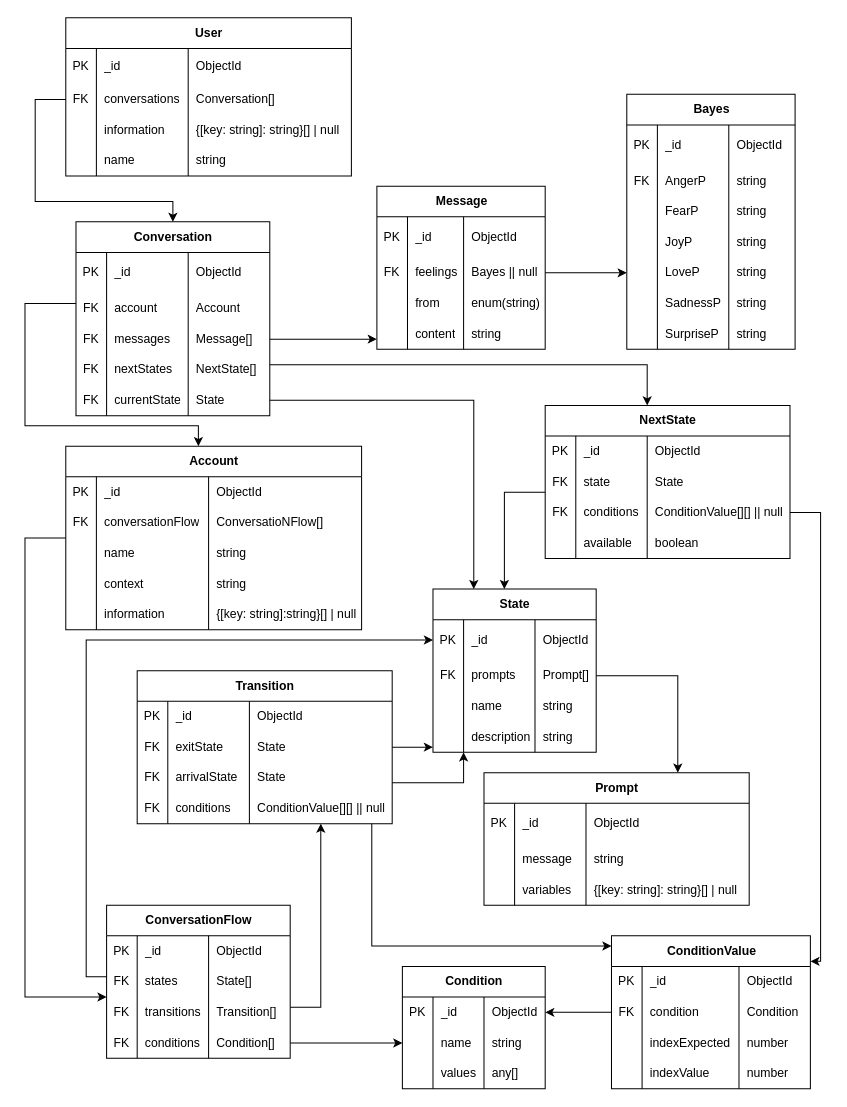
This is Documentation/ER.drawio from JesseAngeles/Servidor-ChatBot-inteligente, a draw.io file, before an edit. Source tidied: cells renumbered, new cells numbered last; positions are measured from the earlier drawing's top-left corner, leaving out a move shared by most shapes. Both pictures are drawn from the tidied source at 102%, with x=0, y=0 at pixel (24, 17).
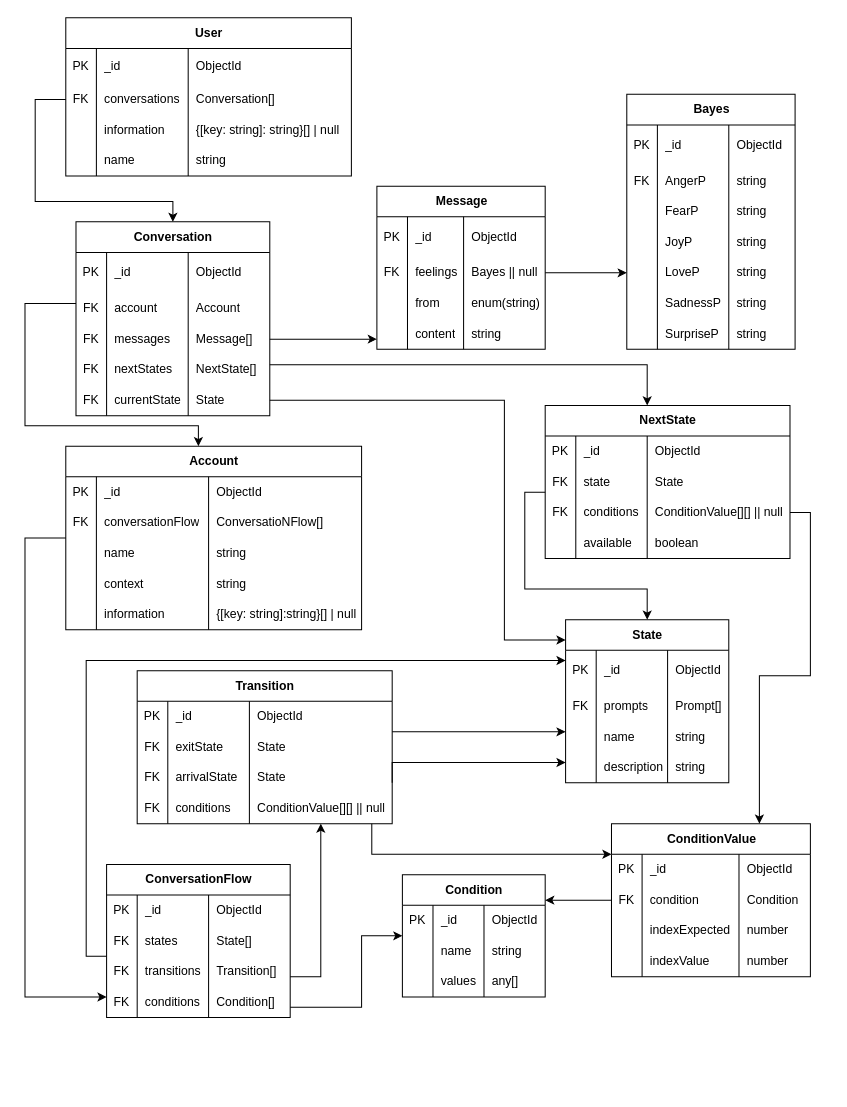
Above is the later version.

The change refers to these unchanged cells:
```xml
<mxCell id="7" style="shape=tableRow;horizontal=0;startSize=0;swimlaneHead=0;swimlaneBody=0;fillColor=none;points=[[0,0.5],[1,0.5]];portConstraint=eastwest;top=0;left=0;right=0;bottom=0;" parent="2" vertex="1">
  <mxGeometry y="70" width="160" height="30" as="geometry" />
</mxCell>
<mxCell id="37" style="shape=tableRow;horizontal=0;startSize=0;swimlaneHead=0;swimlaneBody=0;fillColor=none;points=[[0,0.5],[1,0.5]];portConstraint=eastwest;top=0;left=0;right=0;bottom=0;" parent="32" vertex="1">
  <mxGeometry y="60" width="180" height="30" as="geometry" />
</mxCell>
<mxCell id="41" style="shape=tableRow;horizontal=0;startSize=0;swimlaneHead=0;swimlaneBody=0;fillColor=none;points=[[0,0.5],[1,0.5]];portConstraint=eastwest;top=0;left=0;right=0;bottom=0;" parent="32" vertex="1">
  <mxGeometry y="90" width="180" height="30" as="geometry" />
</mxCell>
<mxCell id="45" style="shape=tableRow;horizontal=0;startSize=0;swimlaneHead=0;swimlaneBody=0;fillColor=none;points=[[0,0.5],[1,0.5]];portConstraint=eastwest;top=0;left=0;right=0;bottom=0;" parent="32" vertex="1">
  <mxGeometry y="120" width="180" height="30" as="geometry" />
</mxCell>
<mxCell id="70" value="Transition" style="shape=table;startSize=30;childLayout=tableLayout;rowLines=0;fontStyle=1;align=center;html=1;" parent="1" vertex="1">
  <mxGeometry x="110" y="640" width="250" height="150" as="geometry" />
</mxCell>
<mxCell id="75" style="shape=tableRow;horizontal=0;startSize=0;swimlaneHead=0;swimlaneBody=0;fillColor=none;points=[[0,0.5],[1,0.5]];portConstraint=eastwest;top=0;left=0;right=0;bottom=0;" parent="70" vertex="1">
  <mxGeometry y="60" width="250" height="30" as="geometry" />
</mxCell>
<mxCell id="83" style="shape=tableRow;horizontal=0;startSize=0;swimlaneHead=0;swimlaneBody=0;fillColor=none;points=[[0,0.5],[1,0.5]];portConstraint=eastwest;top=0;left=0;right=0;bottom=0;" parent="70" vertex="1">
  <mxGeometry y="120" width="250" height="30" as="geometry" />
</mxCell>
<mxCell id="92" style="shape=tableRow;horizontal=0;startSize=0;swimlaneHead=0;swimlaneBody=0;fillColor=none;points=[[0,0.5],[1,0.5]];portConstraint=eastwest;top=0;left=0;right=0;bottom=0;" parent="87" vertex="1">
  <mxGeometry y="60" width="240" height="30" as="geometry" />
</mxCell>
<mxCell id="96" style="shape=tableRow;horizontal=0;startSize=0;swimlaneHead=0;swimlaneBody=0;fillColor=none;points=[[0,0.5],[1,0.5]];portConstraint=eastwest;top=0;left=0;right=0;bottom=0;" parent="87" vertex="1">
  <mxGeometry y="90" width="240" height="30" as="geometry" />
</mxCell>
<mxCell id="109" style="shape=tableRow;horizontal=0;startSize=0;swimlaneHead=0;swimlaneBody=0;fillColor=none;points=[[0,0.5],[1,0.5]];portConstraint=eastwest;top=0;left=0;right=0;bottom=0;" parent="104" vertex="1">
  <mxGeometry y="60" width="195" height="30" as="geometry" />
</mxCell>
<mxCell id="167" style="shape=tableRow;horizontal=0;startSize=0;swimlaneHead=0;swimlaneBody=0;fillColor=none;points=[[0,0.5],[1,0.5]];portConstraint=eastwest;top=0;left=0;right=0;bottom=0;" parent="150" vertex="1">
  <mxGeometry y="160" width="190" height="30" as="geometry" />
</mxCell>
```

Diff of the diagram source:
```diff
@@
     <mxCell id="2" value="State" style="shape=table;startSize=30;childLayout=tableLayout;rowLines=0;fontStyle=1;align=center;html=1;" parent="1" vertex="1">
-      <mxGeometry x="400" y="560" width="160" height="160" as="geometry" />
+      <mxGeometry x="530" y="590" width="160" height="160" as="geometry" />
     </mxCell>
@@
     <mxCell id="19" value="Condition" style="shape=table;startSize=30;childLayout=tableLayout;rowLines=0;fontStyle=1;align=center;html=1;" parent="1" vertex="1">
-      <mxGeometry x="370" y="930" width="140" height="120" as="geometry" />
+      <mxGeometry x="370" y="840" width="140" height="120" as="geometry" />
     </mxCell>
@@
     <mxCell id="32" value="ConversationFlow" style="shape=table;startSize=30;childLayout=tableLayout;rowLines=0;fontStyle=1;align=center;html=1;" parent="1" vertex="1">
-      <mxGeometry x="80" y="870" width="180" height="150" as="geometry" />
+      <mxGeometry x="80" y="830" width="180" height="150" as="geometry" />
     </mxCell>
@@
     <mxCell id="104" value="ConditionValue" style="shape=table;startSize=30;childLayout=tableLayout;rowLines=0;fontStyle=1;align=center;html=1;" parent="1" vertex="1">
-      <mxGeometry x="575" y="900" width="195" height="150" as="geometry" />
+      <mxGeometry x="575" y="790" width="195" height="150" as="geometry" />
     </mxCell>
@@
     <mxCell id="121" style="endArrow=classic;html=1;rounded=0;edgeStyle=orthogonalEdgeStyle;" parent="1" edge="1" target="2">
       <mxGeometry relative="1" as="geometry">
         <mxPoint x="360" y="750" as="sourcePoint" />
         <Array as="points">
-          <mxPoint x="430" y="750" />
+          <mxPoint x="360" y="730" />
         </Array>
       </mxGeometry>
     </mxCell>
     <mxCell id="122" style="endArrow=classic;html=1;rounded=0;edgeStyle=orthogonalEdgeStyle;" parent="1" edge="1" source="75" target="2">
       <mxGeometry relative="1" as="geometry">
         <Array as="points">
-          <mxPoint x="420" y="715" />
+          <mxPoint x="440" y="700" />
+          <mxPoint x="440" y="700" />
         </Array>
       </mxGeometry>
     </mxCell>
     <mxCell id="123" style="endArrow=classic;html=1;rounded=0;edgeStyle=orthogonalEdgeStyle;" parent="1" edge="1" source="41" target="70">
       <mxGeometry relative="1" as="geometry">
         <Array as="points">
-          <mxPoint x="290" y="970" />
+          <mxPoint x="290" y="940" />
         </Array>
       </mxGeometry>
     </mxCell>
     <mxCell id="124" style="endArrow=classic;html=1;rounded=0;edgeStyle=orthogonalEdgeStyle;" parent="1" edge="1" source="37" target="2">
       <mxGeometry relative="1" as="geometry">
         <Array as="points">
-          <mxPoint x="60" y="940" />
-          <mxPoint x="60" y="610" />
+          <mxPoint x="60" y="920" />
+          <mxPoint x="60" y="630" />
         </Array>
       </mxGeometry>
     </mxCell>
     <mxCell id="125" style="endArrow=classic;html=1;rounded=0;edgeStyle=orthogonalEdgeStyle;" parent="1" edge="1" source="45" target="19">
       <mxGeometry relative="1" as="geometry">
         <Array as="points">
-          <mxPoint x="330" y="1005" />
-          <mxPoint x="330" y="1005" />
+          <mxPoint x="330" y="970" />
+          <mxPoint x="330" y="900" />
         </Array>
       </mxGeometry>
     </mxCell>
     <mxCell id="126" style="endArrow=classic;html=1;rounded=0;edgeStyle=orthogonalEdgeStyle;" parent="1" edge="1" source="109" target="19">
       <mxGeometry relative="1" as="geometry">
         <Array as="points">
-          <mxPoint x="600" y="960" />
-          <mxPoint x="600" y="960" />
+          <mxPoint x="530" y="865" />
+          <mxPoint x="530" y="865" />
         </Array>
       </mxGeometry>
     </mxCell>
     <mxCell id="127" style="endArrow=classic;html=1;rounded=0;edgeStyle=orthogonalEdgeStyle;" parent="1" edge="1" source="96" target="104">
       <mxGeometry relative="1" as="geometry">
         <Array as="points">
-          <mxPoint x="780" y="485" />
-          <mxPoint x="780" y="925" />
+          <mxPoint x="770" y="485" />
+          <mxPoint x="770" y="645" />
+          <mxPoint x="720" y="645" />
         </Array>
       </mxGeometry>
     </mxCell>
     <mxCell id="128" style="endArrow=classic;html=1;rounded=0;edgeStyle=orthogonalEdgeStyle;" parent="1" edge="1" source="167" target="2">
       <mxGeometry relative="1" as="geometry">
         <Array as="points">
-          <mxPoint x="440" y="375" />
+          <mxPoint x="470" y="375" />
+          <mxPoint x="470" y="610" />
         </Array>
       </mxGeometry>
     </mxCell>
@@
     <mxCell id="131" style="endArrow=classic;html=1;rounded=0;edgeStyle=orthogonalEdgeStyle;" parent="1" edge="1" source="83" target="104">
       <mxGeometry relative="1" as="geometry">
         <Array as="points">
-          <mxPoint x="340" y="910" />
+          <mxPoint x="340" y="820" />
         </Array>
       </mxGeometry>
     </mxCell>
     <mxCell id="132" style="endArrow=classic;html=1;rounded=0;edgeStyle=orthogonalEdgeStyle;" parent="1" edge="1" source="92" target="2">
       <mxGeometry relative="1" as="geometry">
         <Array as="points">
-          <mxPoint x="470" y="465" />
+          <mxPoint x="490" y="465" />
+          <mxPoint x="490" y="560" />
+          <mxPoint x="610" y="560" />
         </Array>
       </mxGeometry>
     </mxCell>
@@
-    <mxCell id="221" value="Prompt" style="shape=table;startSize=30;childLayout=tableLayout;rowLines=0;fontStyle=1;align=center;html=1;" parent="1" vertex="1">
-      <mxGeometry x="450" y="740" width="260" height="130" as="geometry" />
-    </mxCell>
-    <mxCell id="222" style="shape=tableRow;horizontal=0;startSize=0;swimlaneHead=0;swimlaneBody=0;fillColor=none;top=0;left=0;right=0;bottom=0;" parent="221" vertex="1">
-      <mxGeometry y="30" width="260" height="40" as="geometry" />
-    </mxCell>
-    <mxCell id="223" value="PK" style="shape=partialRectangle;fillColor=none;top=0;left=0;bottom=0;right=0;overflow=hidden;whiteSpace=wrap;html=1;" parent="222" vertex="1">
-      <mxGeometry width="30" height="40" as="geometry" />
-    </mxCell>
-    <mxCell id="224" value="_id" style="shape=partialRectangle;fillColor=none;top=0;left=0;bottom=0;right=0;align=left;spacingLeft=6;overflow=hidden;whiteSpace=wrap;html=1;" parent="222" vertex="1">
-      <mxGeometry x="30" width="70" height="40" as="geometry" />
-    </mxCell>
-    <mxCell id="225" value="ObjectId" style="shape=partialRectangle;fillColor=none;top=0;left=0;bottom=0;right=0;align=left;spacingLeft=6;overflow=hidden;whiteSpace=wrap;html=1;" parent="222" vertex="1">
-      <mxGeometry x="100" width="160" height="40" as="geometry" />
-    </mxCell>
-    <mxCell id="226" style="shape=tableRow;horizontal=0;startSize=0;swimlaneHead=0;swimlaneBody=0;fillColor=none;top=0;left=0;right=0;bottom=0;" parent="221" vertex="1">
-      <mxGeometry y="70" width="260" height="30" as="geometry" />
-    </mxCell>
-    <mxCell id="227" style="shape=partialRectangle;fillColor=none;top=0;left=0;bottom=0;right=0;overflow=hidden;whiteSpace=wrap;html=1;" parent="226" vertex="1">
-      <mxGeometry width="30" height="30" as="geometry" />
-    </mxCell>
-    <mxCell id="228" value="message" style="shape=partialRectangle;fillColor=none;top=0;left=0;bottom=0;right=0;align=left;spacingLeft=6;overflow=hidden;whiteSpace=wrap;html=1;" parent="226" vertex="1">
-      <mxGeometry x="30" width="70" height="30" as="geometry" />
-    </mxCell>
-    <mxCell id="229" value="string" style="shape=partialRectangle;fillColor=none;top=0;left=0;bottom=0;right=0;align=left;spacingLeft=6;overflow=hidden;whiteSpace=wrap;html=1;" parent="226" vertex="1">
-      <mxGeometry x="100" width="160" height="30" as="geometry" />
-    </mxCell>
-    <mxCell id="230" style="shape=tableRow;horizontal=0;startSize=0;swimlaneHead=0;swimlaneBody=0;fillColor=none;top=0;left=0;right=0;bottom=0;" parent="221" vertex="1">
-      <mxGeometry y="100" width="260" height="30" as="geometry" />
-    </mxCell>
-    <mxCell id="231" style="shape=partialRectangle;fillColor=none;top=0;left=0;bottom=0;right=0;overflow=hidden;whiteSpace=wrap;html=1;" parent="230" vertex="1">
-      <mxGeometry width="30" height="30" as="geometry" />
-    </mxCell>
-    <mxCell id="232" value="variables" style="shape=partialRectangle;fillColor=none;top=0;left=0;bottom=0;right=0;align=left;spacingLeft=6;overflow=hidden;whiteSpace=wrap;html=1;" parent="230" vertex="1">
-      <mxGeometry x="30" width="70" height="30" as="geometry" />
-    </mxCell>
-    <mxCell id="233" value="{[key: string]: string}[] | null" style="shape=partialRectangle;fillColor=none;top=0;left=0;bottom=0;right=0;align=left;spacingLeft=6;overflow=hidden;whiteSpace=wrap;html=1;" parent="230" vertex="1">
-      <mxGeometry x="100" width="160" height="30" as="geometry" />
-    </mxCell>
-    <mxCell id="234" style="endArrow=classic;html=1;rounded=0;edgeStyle=orthogonalEdgeStyle;" parent="1" edge="1" source="7" target="221">
-      <mxGeometry relative="1" as="geometry">
-        <Array as="points">
-          <mxPoint x="640" y="645" />
-        </Array>
-      </mxGeometry>
-    </mxCell>
```
